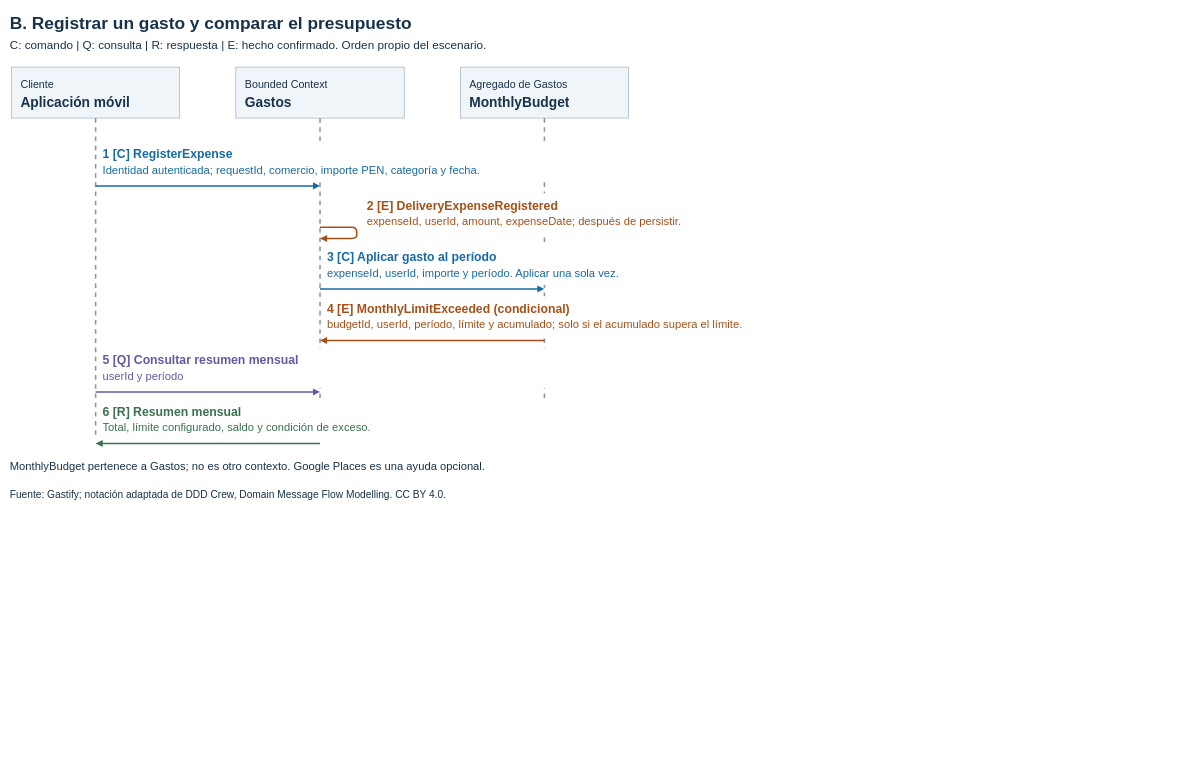
1ACC0238-2620-4950-Gastify-CraveWallet/CraveWallet-Report keeps this draw.io diagram as page "message-flow-delivery" (2 of 10) of docs/diagrams/chapter_2/strategic-design.drawio. Above is the earlier version. Source tidied: cells renumbered, new cells numbered last; positions are measured from the earlier drawing's top-left corner, leaving out a move shared by most shapes. Both pictures are drawn from the tidied source at 51%, with x=0, y=0 at pixel (9, 9).
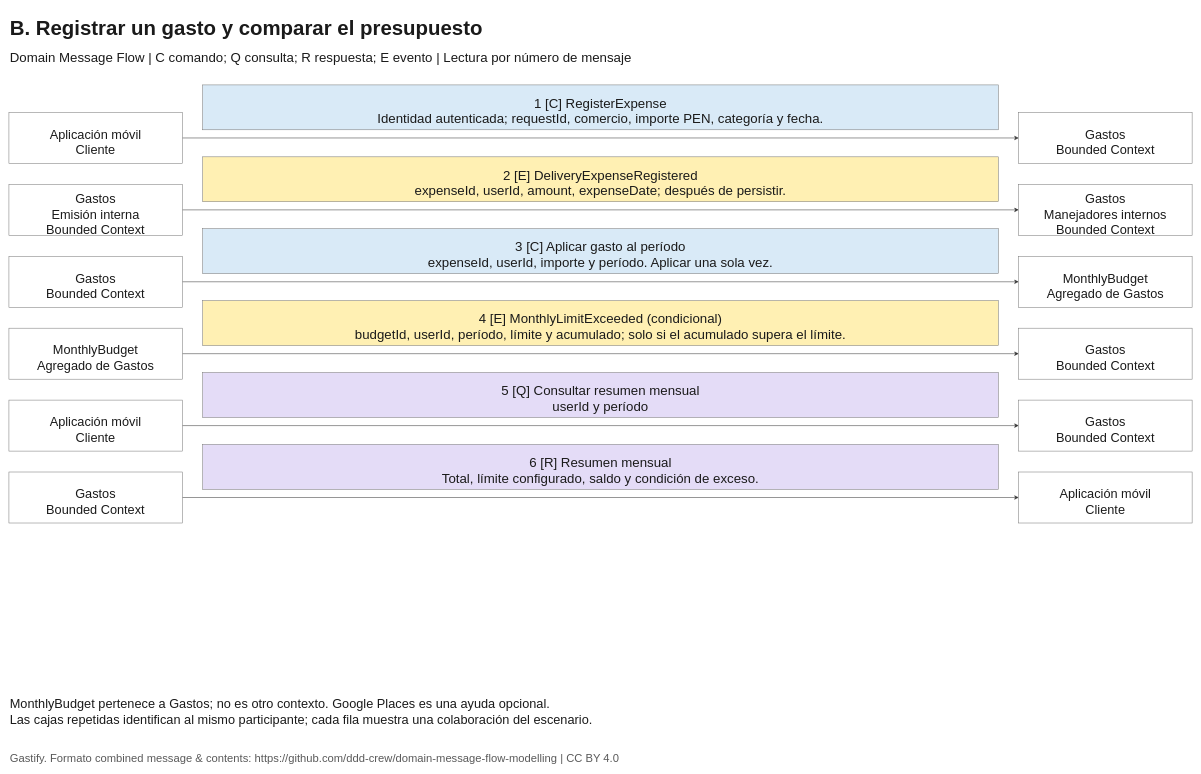
After the change.

The edit, as a diff of the source:
```diff
@@
-    <mxCell id="2" value="B. Registrar un gasto y comparar el presupuesto" style="text;html=0;align=left;verticalAlign=top;whiteSpace=wrap;overflow=hidden;fontFamily=Arial;fontSize=34;fontStyle=1;fontColor=#18324a;" parent="1" vertex="1">
-      <mxGeometry width="1720" height="49" as="geometry" />
+    <mxCell id="2" style="edgeStyle=orthogonalEdgeStyle;endArrow=classic;html=0;strokeColor=#313131;fontSize=22;" parent="1" edge="1">
+      <mxGeometry relative="1" as="geometry">
+        <mxPoint x="340" y="253" as="sourcePoint" />
+        <mxPoint x="1980" y="253" as="targetPoint" />
+      </mxGeometry>
     </mxCell>
-    <mxCell id="3" value="C: comando | Q: consulta | R: respuesta | E: hecho confirmado. Orden propio del escenario." style="text;html=0;align=left;verticalAlign=top;whiteSpace=wrap;overflow=hidden;fontFamily=Arial;fontSize=23;fontStyle=0;fontColor=#18324a;" parent="1" vertex="1">
-      <mxGeometry y="52" width="1720" height="38" as="geometry" />
+    <mxCell id="3" style="edgeStyle=orthogonalEdgeStyle;endArrow=classic;html=0;strokeColor=#313131;fontSize=22;" parent="1" edge="1">
+      <mxGeometry relative="1" as="geometry">
+        <mxPoint x="340" y="394" as="sourcePoint" />
+        <mxPoint x="1980" y="394" as="targetPoint" />
+      </mxGeometry>
     </mxCell>
-    <mxCell id="4" style="rounded=0;fillColor=#f0f5fa;strokeColor=#8196a8;dashed=0;" parent="1" vertex="1">
-      <mxGeometry x="5" y="114" width="330" height="100" as="geometry" />
+    <mxCell id="4" style="edgeStyle=orthogonalEdgeStyle;endArrow=classic;html=0;strokeColor=#313131;fontSize=22;" parent="1" edge="1">
+      <mxGeometry relative="1" as="geometry">
+        <mxPoint x="340" y="535" as="sourcePoint" />
+        <mxPoint x="1980" y="535" as="targetPoint" />
+      </mxGeometry>
     </mxCell>
-    <mxCell id="5" value="Cliente" style="text;html=0;align=left;verticalAlign=top;whiteSpace=wrap;overflow=hidden;fontFamily=Arial;fontSize=21;fontStyle=0;fontColor=#18324a;" parent="1" vertex="1">
-      <mxGeometry x="21" y="129" width="298" height="36" as="geometry" />
+    <mxCell id="5" style="edgeStyle=orthogonalEdgeStyle;endArrow=classic;html=0;strokeColor=#313131;fontSize=22;" parent="1" edge="1">
+      <mxGeometry relative="1" as="geometry">
+        <mxPoint x="340" y="676" as="sourcePoint" />
+        <mxPoint x="1980" y="676" as="targetPoint" />
+      </mxGeometry>
     </mxCell>
-    <mxCell id="6" value="Aplicación móvil" style="text;html=0;align=left;verticalAlign=top;whiteSpace=wrap;overflow=hidden;fontFamily=Arial;fontSize=27;fontStyle=1;fontColor=#18324a;" parent="1" vertex="1">
-      <mxGeometry x="21" y="161" width="298" height="42" as="geometry" />
+    <mxCell id="6" style="edgeStyle=orthogonalEdgeStyle;endArrow=classic;html=0;strokeColor=#313131;fontSize=22;" parent="1" edge="1">
+      <mxGeometry relative="1" as="geometry">
+        <mxPoint x="340" y="817" as="sourcePoint" />
+        <mxPoint x="1980" y="817" as="targetPoint" />
+      </mxGeometry>
     </mxCell>
-    <mxCell id="7" style="endArrow=none;strokeColor=#8196a8;strokeWidth=3;dashed=1;" parent="1" edge="1">
+    <mxCell id="7" style="edgeStyle=orthogonalEdgeStyle;endArrow=classic;html=0;strokeColor=#313131;fontSize=22;" parent="1" edge="1">
       <mxGeometry relative="1" as="geometry">
-        <mxPoint x="170" y="214" as="sourcePoint" />
-        <mxPoint x="170" y="835" as="targetPoint" />
+        <mxPoint x="340" y="958" as="sourcePoint" />
+        <mxPoint x="1980" y="958" as="targetPoint" />
       </mxGeometry>
     </mxCell>
-    <mxCell id="8" style="rounded=0;fillColor=#f0f5fa;strokeColor=#8196a8;dashed=0;" parent="1" vertex="1">
-      <mxGeometry x="445" y="114" width="330" height="100" as="geometry" />
+    <mxCell id="8" value="B. Registrar un gasto y comparar el presupuesto" style="text;html=0;align=left;verticalAlign=top;whiteSpace=wrap;fontFamily=Arial;fontSize=40.0;fontStyle=1;fontColor=#1a1a1a;" parent="1" vertex="1">
+      <mxGeometry y="5.5" width="2320" height="46" as="geometry" />
     </mxCell>
-    <mxCell id="9" value="Bounded Context" style="text;html=0;align=left;verticalAlign=top;whiteSpace=wrap;overflow=hidden;fontFamily=Arial;fontSize=21;fontStyle=0;fontColor=#18324a;" parent="1" vertex="1">
-      <mxGeometry x="461" y="129" width="298" height="36" as="geometry" />
+    <mxCell id="9" value="Domain Message Flow | C comando; Q consulta; R respuesta; E evento | Lectura por número de mensaje" style="text;html=0;align=left;verticalAlign=top;whiteSpace=wrap;fontFamily=Arial;fontSize=26.0;fontStyle=0;fontColor=#1a1a1a;" parent="1" vertex="1">
+      <mxGeometry y="73.5" width="2320" height="30" as="geometry" />
     </mxCell>
-    <mxCell id="10" value="Gastos" style="text;html=0;align=left;verticalAlign=top;whiteSpace=wrap;overflow=hidden;fontFamily=Arial;fontSize=27;fontStyle=1;fontColor=#18324a;" parent="1" vertex="1">
-      <mxGeometry x="461" y="161" width="298" height="42" as="geometry" />
+    <mxCell id="10" value="Gastify. Formato combined message &amp; contents: https://github.com/ddd-crew/domain-message-flow-modelling | CC BY 4.0" style="text;html=0;align=left;verticalAlign=top;whiteSpace=wrap;fontFamily=Arial;fontSize=22.0;fontStyle=0;fontColor=#595959;" parent="1" vertex="1">
+      <mxGeometry y="1449.5" width="2320" height="25.3" as="geometry" />
     </mxCell>
-    <mxCell id="11" style="endArrow=none;strokeColor=#8196a8;strokeWidth=3;dashed=1;" parent="1" edge="1">
-      <mxGeometry relative="1" as="geometry">
-        <mxPoint x="610" y="214" as="sourcePoint" />
-        <mxPoint x="610" y="835" as="targetPoint" />
-      </mxGeometry>
+    <mxCell id="11" style="rounded=0;fillColor=#ffffff;strokeColor=#757575;dashed=0;" parent="1" vertex="1">
+      <mxGeometry y="203" width="340" height="100" as="geometry" />
     </mxCell>
-    <mxCell id="12" style="rounded=0;fillColor=#f0f5fa;strokeColor=#8196a8;dashed=0;" parent="1" vertex="1">
-      <mxGeometry x="885" y="114" width="330" height="100" as="geometry" />
+    <mxCell id="12" value="Aplicación móvil&#10;Cliente" style="text;html=0;align=center;verticalAlign=top;whiteSpace=wrap;fontFamily=Arial;fontSize=25.0;fontStyle=0;fontColor=#1a1a1a;" parent="1" vertex="1">
+      <mxGeometry x="16" y="224.2" width="308" height="76" as="geometry" />
     </mxCell>
-    <mxCell id="13" value="Agregado de Gastos" style="text;html=0;align=left;verticalAlign=top;whiteSpace=wrap;overflow=hidden;fontFamily=Arial;fontSize=21;fontStyle=0;fontColor=#18324a;" parent="1" vertex="1">
-      <mxGeometry x="901" y="129" width="298" height="36" as="geometry" />
+    <mxCell id="13" style="rounded=0;fillColor=#ffffff;strokeColor=#757575;dashed=0;" parent="1" vertex="1">
+      <mxGeometry x="1980" y="203" width="340" height="100" as="geometry" />
     </mxCell>
-    <mxCell id="14" value="MonthlyBudget" style="text;html=0;align=left;verticalAlign=top;whiteSpace=wrap;overflow=hidden;fontFamily=Arial;fontSize=27;fontStyle=1;fontColor=#18324a;" parent="1" vertex="1">
-      <mxGeometry x="901" y="161" width="298" height="42" as="geometry" />
+    <mxCell id="14" value="Gastos&#10;Bounded Context" style="text;html=0;align=center;verticalAlign=top;whiteSpace=wrap;fontFamily=Arial;fontSize=25.0;fontStyle=0;fontColor=#1a1a1a;" parent="1" vertex="1">
+      <mxGeometry x="1996" y="224.2" width="308" height="76" as="geometry" />
     </mxCell>
-    <mxCell id="15" style="endArrow=none;strokeColor=#8196a8;strokeWidth=3;dashed=1;" parent="1" edge="1">
-      <mxGeometry relative="1" as="geometry">
-        <mxPoint x="1050" y="214" as="sourcePoint" />
-        <mxPoint x="1050" y="835" as="targetPoint" />
-      </mxGeometry>
+    <mxCell id="15" style="rounded=0;fillColor=#d9eaf7;strokeColor=#757575;dashed=0;" parent="1" vertex="1">
+      <mxGeometry x="380" y="149" width="1560" height="88" as="geometry" />
     </mxCell>
-    <mxCell id="16" style="endArrow=block;strokeColor=#176aa5;strokeWidth=3;dashed=0;" parent="1" edge="1">
-      <mxGeometry relative="1" as="geometry">
-        <mxPoint x="170" y="347" as="sourcePoint" />
-        <mxPoint x="610" y="347" as="targetPoint" />
-      </mxGeometry>
+    <mxCell id="16" value="1 [C] RegisterExpense&#10;Identidad autenticada; requestId, comercio, importe PEN, categoría y fecha." style="text;html=0;align=center;verticalAlign=top;whiteSpace=wrap;fontFamily=Arial;fontSize=26.0;fontStyle=0;fontColor=#1a1a1a;" parent="1" vertex="1">
+      <mxGeometry x="396" y="163.1" width="1528" height="64" as="geometry" />
     </mxCell>
-    <mxCell id="17" style="rounded=0;fillColor=white;strokeColor=white;dashed=0;" parent="1" vertex="1">
-      <mxGeometry x="178" y="261" width="1551" height="78" as="geometry" />
+    <mxCell id="17" style="rounded=0;fillColor=#ffffff;strokeColor=#757575;dashed=0;" parent="1" vertex="1">
+      <mxGeometry y="344" width="340" height="100" as="geometry" />
     </mxCell>
-    <mxCell id="18" value="1 [C] RegisterExpense" style="text;html=0;align=left;verticalAlign=top;whiteSpace=wrap;overflow=hidden;fontFamily=Arial;fontSize=24;fontStyle=1;fontColor=#176aa5;" parent="1" vertex="1">
-      <mxGeometry x="182" y="264" width="1543" height="39" as="geometry" />
+    <mxCell id="18" value="Gastos&#10;Emisión interna&#10;Bounded Context" style="text;html=0;align=center;verticalAlign=top;whiteSpace=wrap;fontFamily=Arial;fontSize=25.0;fontStyle=0;fontColor=#1a1a1a;" parent="1" vertex="1">
+      <mxGeometry x="16" y="350.9" width="308" height="86.2" as="geometry" />
     </mxCell>
-    <mxCell id="19" value="Identidad autenticada; requestId, comercio, importe PEN, categoría y fecha." style="text;html=0;align=left;verticalAlign=top;whiteSpace=wrap;overflow=hidden;fontFamily=Arial;fontSize=22;fontStyle=0;fontColor=#176aa5;" parent="1" vertex="1">
-      <mxGeometry x="182" y="297" width="1543" height="37" as="geometry" />
+    <mxCell id="19" style="rounded=0;fillColor=#ffffff;strokeColor=#757575;dashed=0;" parent="1" vertex="1">
+      <mxGeometry x="1980" y="344" width="340" height="100" as="geometry" />
     </mxCell>
-    <mxCell id="20" style="endArrow=block;strokeColor=#a65018;strokeWidth=3;dashed=0;" parent="1" edge="1">
-      <mxGeometry relative="1" as="geometry">
-        <mxPoint x="610" y="428" as="sourcePoint" />
-        <mxPoint x="610" y="450" as="targetPoint" />
-        <Array as="points">
-          <mxPoint x="682" y="428" />
-          <mxPoint x="682" y="450" />
-        </Array>
-      </mxGeometry>
+    <mxCell id="20" value="Gastos&#10;Manejadores internos&#10;Bounded Context" style="text;html=0;align=center;verticalAlign=top;whiteSpace=wrap;fontFamily=Arial;fontSize=25.0;fontStyle=0;fontColor=#1a1a1a;" parent="1" vertex="1">
+      <mxGeometry x="1996" y="350.9" width="308" height="86.2" as="geometry" />
     </mxCell>
-    <mxCell id="21" style="rounded=0;fillColor=white;strokeColor=white;dashed=0;" parent="1" vertex="1">
-      <mxGeometry x="696" y="362" width="1033" height="78" as="geometry" />
+    <mxCell id="21" style="rounded=0;fillColor=#fff0b3;strokeColor=#757575;dashed=0;" parent="1" vertex="1">
+      <mxGeometry x="380" y="290" width="1560" height="88" as="geometry" />
     </mxCell>
-    <mxCell id="22" value="2 [E] DeliveryExpenseRegistered" style="text;html=0;align=left;verticalAlign=top;whiteSpace=wrap;overflow=hidden;fontFamily=Arial;fontSize=24;fontStyle=1;fontColor=#a65018;" parent="1" vertex="1">
-      <mxGeometry x="700" y="365" width="1025" height="39" as="geometry" />
+    <mxCell id="22" value="2 [E] DeliveryExpenseRegistered&#10;expenseId, userId, amount, expenseDate; después de persistir." style="text;html=0;align=center;verticalAlign=top;whiteSpace=wrap;fontFamily=Arial;fontSize=26.0;fontStyle=0;fontColor=#1a1a1a;" parent="1" vertex="1">
+      <mxGeometry x="396" y="304.1" width="1528" height="64" as="geometry" />
     </mxCell>
-    <mxCell id="23" value="expenseId, userId, amount, expenseDate; después de persistir." style="text;html=0;align=left;verticalAlign=top;whiteSpace=wrap;overflow=hidden;fontFamily=Arial;fontSize=22;fontStyle=0;fontColor=#a65018;" parent="1" vertex="1">
-      <mxGeometry x="700" y="398" width="1025" height="37" as="geometry" />
+    <mxCell id="23" style="rounded=0;fillColor=#ffffff;strokeColor=#757575;dashed=0;" parent="1" vertex="1">
+      <mxGeometry y="485" width="340" height="100" as="geometry" />
     </mxCell>
-    <mxCell id="24" style="endArrow=block;strokeColor=#176aa5;strokeWidth=3;dashed=0;" parent="1" edge="1">
-      <mxGeometry relative="1" as="geometry">
-        <mxPoint x="610" y="549" as="sourcePoint" />
-        <mxPoint x="1050" y="549" as="targetPoint" />
-      </mxGeometry>
+    <mxCell id="24" value="Gastos&#10;Bounded Context" style="text;html=0;align=center;verticalAlign=top;whiteSpace=wrap;fontFamily=Arial;fontSize=25.0;fontStyle=0;fontColor=#1a1a1a;" parent="1" vertex="1">
+      <mxGeometry x="16" y="506.2" width="308" height="76" as="geometry" />
     </mxCell>
-    <mxCell id="25" style="rounded=0;fillColor=white;strokeColor=white;dashed=0;" parent="1" vertex="1">
-      <mxGeometry x="618" y="463" width="1111" height="78" as="geometry" />
+    <mxCell id="25" style="rounded=0;fillColor=#ffffff;strokeColor=#757575;dashed=0;" parent="1" vertex="1">
+      <mxGeometry x="1980" y="485" width="340" height="100" as="geometry" />
     </mxCell>
-    <mxCell id="26" value="3 [C] Aplicar gasto al período" style="text;html=0;align=left;verticalAlign=top;whiteSpace=wrap;overflow=hidden;fontFamily=Arial;fontSize=24;fontStyle=1;fontColor=#176aa5;" parent="1" vertex="1">
-      <mxGeometry x="622" y="466" width="1103" height="39" as="geometry" />
+    <mxCell id="26" value="MonthlyBudget&#10;Agregado de Gastos" style="text;html=0;align=center;verticalAlign=top;whiteSpace=wrap;fontFamily=Arial;fontSize=25.0;fontStyle=0;fontColor=#1a1a1a;" parent="1" vertex="1">
+      <mxGeometry x="1996" y="506.2" width="308" height="76" as="geometry" />
     </mxCell>
-    <mxCell id="27" value="expenseId, userId, importe y período. Aplicar una sola vez." style="text;html=0;align=left;verticalAlign=top;whiteSpace=wrap;overflow=hidden;fontFamily=Arial;fontSize=22;fontStyle=0;fontColor=#176aa5;" parent="1" vertex="1">
-      <mxGeometry x="622" y="499" width="1103" height="37" as="geometry" />
+    <mxCell id="27" style="rounded=0;fillColor=#d9eaf7;strokeColor=#757575;dashed=0;" parent="1" vertex="1">
+      <mxGeometry x="380" y="431" width="1560" height="88" as="geometry" />
     </mxCell>
-    <mxCell id="28" style="endArrow=block;strokeColor=#a65018;strokeWidth=3;dashed=0;" parent="1" edge="1">
-      <mxGeometry relative="1" as="geometry">
-        <mxPoint x="1050" y="650" as="sourcePoint" />
-        <mxPoint x="610" y="650" as="targetPoint" />
-      </mxGeometry>
+    <mxCell id="28" value="3 [C] Aplicar gasto al período&#10;expenseId, userId, importe y período. Aplicar una sola vez." style="text;html=0;align=center;verticalAlign=top;whiteSpace=wrap;fontFamily=Arial;fontSize=26.0;fontStyle=0;fontColor=#1a1a1a;" parent="1" vertex="1">
+      <mxGeometry x="396" y="445.1" width="1528" height="64" as="geometry" />
     </mxCell>
-    <mxCell id="29" style="rounded=0;fillColor=white;strokeColor=white;dashed=0;" parent="1" vertex="1">
-      <mxGeometry x="618" y="564" width="1111" height="78" as="geometry" />
+    <mxCell id="29" style="rounded=0;fillColor=#ffffff;strokeColor=#757575;dashed=0;" parent="1" vertex="1">
+      <mxGeometry y="626" width="340" height="100" as="geometry" />
     </mxCell>
-    <mxCell id="30" value="4 [E] MonthlyLimitExceeded (condicional)" style="text;html=0;align=left;verticalAlign=top;whiteSpace=wrap;overflow=hidden;fontFamily=Arial;fontSize=24;fontStyle=1;fontColor=#a65018;" parent="1" vertex="1">
-      <mxGeometry x="622" y="567" width="1103" height="39" as="geometry" />
+    <mxCell id="30" value="MonthlyBudget&#10;Agregado de Gastos" style="text;html=0;align=center;verticalAlign=top;whiteSpace=wrap;fontFamily=Arial;fontSize=25.0;fontStyle=0;fontColor=#1a1a1a;" parent="1" vertex="1">
+      <mxGeometry x="16" y="647.2" width="308" height="76" as="geometry" />
     </mxCell>
-    <mxCell id="31" value="budgetId, userId, período, límite y acumulado; solo si el acumulado supera el límite." style="text;html=0;align=left;verticalAlign=top;whiteSpace=wrap;overflow=hidden;fontFamily=Arial;fontSize=22;fontStyle=0;fontColor=#a65018;" parent="1" vertex="1">
-      <mxGeometry x="622" y="600" width="1103" height="37" as="geometry" />
+    <mxCell id="31" style="rounded=0;fillColor=#ffffff;strokeColor=#757575;dashed=0;" parent="1" vertex="1">
+      <mxGeometry x="1980" y="626" width="340" height="100" as="geometry" />
     </mxCell>
-    <mxCell id="32" style="endArrow=block;strokeColor=#6557a5;strokeWidth=3;dashed=0;" parent="1" edge="1">
-      <mxGeometry relative="1" as="geometry">
-        <mxPoint x="170" y="751" as="sourcePoint" />
-        <mxPoint x="610" y="751" as="targetPoint" />
-      </mxGeometry>
+    <mxCell id="32" value="Gastos&#10;Bounded Context" style="text;html=0;align=center;verticalAlign=top;whiteSpace=wrap;fontFamily=Arial;fontSize=25.0;fontStyle=0;fontColor=#1a1a1a;" parent="1" vertex="1">
+      <mxGeometry x="1996" y="647.2" width="308" height="76" as="geometry" />
     </mxCell>
-    <mxCell id="33" style="rounded=0;fillColor=white;strokeColor=white;dashed=0;" parent="1" vertex="1">
-      <mxGeometry x="178" y="665" width="1551" height="78" as="geometry" />
+    <mxCell id="33" style="rounded=0;fillColor=#fff0b3;strokeColor=#757575;dashed=0;" parent="1" vertex="1">
+      <mxGeometry x="380" y="572" width="1560" height="88" as="geometry" />
     </mxCell>
-    <mxCell id="34" value="5 [Q] Consultar resumen mensual" style="text;html=0;align=left;verticalAlign=top;whiteSpace=wrap;overflow=hidden;fontFamily=Arial;fontSize=24;fontStyle=1;fontColor=#6557a5;" parent="1" vertex="1">
-      <mxGeometry x="182" y="668" width="1543" height="39" as="geometry" />
+    <mxCell id="34" value="4 [E] MonthlyLimitExceeded (condicional)&#10;budgetId, userId, período, límite y acumulado; solo si el acumulado supera el límite." style="text;html=0;align=center;verticalAlign=top;whiteSpace=wrap;fontFamily=Arial;fontSize=26.0;fontStyle=0;fontColor=#1a1a1a;" parent="1" vertex="1">
+      <mxGeometry x="396" y="586.1" width="1528" height="64" as="geometry" />
     </mxCell>
-    <mxCell id="35" value="userId y período" style="text;html=0;align=left;verticalAlign=top;whiteSpace=wrap;overflow=hidden;fontFamily=Arial;fontSize=22;fontStyle=0;fontColor=#6557a5;" parent="1" vertex="1">
-      <mxGeometry x="182" y="701" width="1543" height="37" as="geometry" />
+    <mxCell id="35" style="rounded=0;fillColor=#ffffff;strokeColor=#757575;dashed=0;" parent="1" vertex="1">
+      <mxGeometry y="767" width="340" height="100" as="geometry" />
     </mxCell>
-    <mxCell id="36" style="endArrow=block;strokeColor=#39714e;strokeWidth=3;dashed=0;" parent="1" edge="1">
-      <mxGeometry relative="1" as="geometry">
-        <mxPoint x="610" y="852" as="sourcePoint" />
-        <mxPoint x="170" y="852" as="targetPoint" />
-      </mxGeometry>
+    <mxCell id="36" value="Aplicación móvil&#10;Cliente" style="text;html=0;align=center;verticalAlign=top;whiteSpace=wrap;fontFamily=Arial;fontSize=25.0;fontStyle=0;fontColor=#1a1a1a;" parent="1" vertex="1">
+      <mxGeometry x="16" y="788.2" width="308" height="76" as="geometry" />
     </mxCell>
-    <mxCell id="37" style="rounded=0;fillColor=white;strokeColor=white;dashed=0;" parent="1" vertex="1">
-      <mxGeometry x="178" y="766" width="1551" height="78" as="geometry" />
+    <mxCell id="37" style="rounded=0;fillColor=#ffffff;strokeColor=#757575;dashed=0;" parent="1" vertex="1">
+      <mxGeometry x="1980" y="767" width="340" height="100" as="geometry" />
     </mxCell>
-    <mxCell id="38" value="6 [R] Resumen mensual" style="text;html=0;align=left;verticalAlign=top;whiteSpace=wrap;overflow=hidden;fontFamily=Arial;fontSize=24;fontStyle=1;fontColor=#39714e;" parent="1" vertex="1">
-      <mxGeometry x="182" y="769" width="1543" height="39" as="geometry" />
+    <mxCell id="38" value="Gastos&#10;Bounded Context" style="text;html=0;align=center;verticalAlign=top;whiteSpace=wrap;fontFamily=Arial;fontSize=25.0;fontStyle=0;fontColor=#1a1a1a;" parent="1" vertex="1">
+      <mxGeometry x="1996" y="788.2" width="308" height="76" as="geometry" />
     </mxCell>
-    <mxCell id="39" value="Total, límite configurado, saldo y condición de exceso." style="text;html=0;align=left;verticalAlign=top;whiteSpace=wrap;overflow=hidden;fontFamily=Arial;fontSize=22;fontStyle=0;fontColor=#39714e;" parent="1" vertex="1">
-      <mxGeometry x="182" y="802" width="1543" height="37" as="geometry" />
+    <mxCell id="39" style="rounded=0;fillColor=#e4dcf7;strokeColor=#757575;dashed=0;" parent="1" vertex="1">
+      <mxGeometry x="380" y="713" width="1560" height="88" as="geometry" />
     </mxCell>
-    <mxCell id="40" value="MonthlyBudget pertenece a Gastos; no es otro contexto. Google Places es una ayuda opcional." style="text;html=0;align=left;verticalAlign=top;whiteSpace=wrap;overflow=hidden;fontFamily=Arial;fontSize=22;fontStyle=0;fontColor=#18324a;" parent="1" vertex="1">
-      <mxGeometry y="878" width="1720" height="37" as="geometry" />
+    <mxCell id="40" value="5 [Q] Consultar resumen mensual&#10;userId y período" style="text;html=0;align=center;verticalAlign=top;whiteSpace=wrap;fontFamily=Arial;fontSize=26.0;fontStyle=0;fontColor=#1a1a1a;" parent="1" vertex="1">
+      <mxGeometry x="396" y="727.1" width="1528" height="64" as="geometry" />
     </mxCell>
-    <mxCell id="41" value="Fuente: Gastify; notación adaptada de DDD Crew, Domain Message Flow Modelling. CC BY 4.0." style="text;html=0;align=left;verticalAlign=top;whiteSpace=wrap;overflow=hidden;fontFamily=Arial;fontSize=20;fontStyle=0;fontColor=#18324a;" parent="1" vertex="1">
-      <mxGeometry y="934" width="1720" height="35" as="geometry" />
+    <mxCell id="41" style="rounded=0;fillColor=#ffffff;strokeColor=#757575;dashed=0;" parent="1" vertex="1">
+      <mxGeometry y="908" width="340" height="100" as="geometry" />
     </mxCell>
+    <mxCell id="42" value="Gastos&#10;Bounded Context" style="text;html=0;align=center;verticalAlign=top;whiteSpace=wrap;fontFamily=Arial;fontSize=25.0;fontStyle=0;fontColor=#1a1a1a;" parent="1" vertex="1">
+      <mxGeometry x="16" y="929.2" width="308" height="76" as="geometry" />
+    </mxCell>
+    <mxCell id="43" style="rounded=0;fillColor=#ffffff;strokeColor=#757575;dashed=0;" parent="1" vertex="1">
+      <mxGeometry x="1980" y="908" width="340" height="100" as="geometry" />
+    </mxCell>
+    <mxCell id="44" value="Aplicación móvil&#10;Cliente" style="text;html=0;align=center;verticalAlign=top;whiteSpace=wrap;fontFamily=Arial;fontSize=25.0;fontStyle=0;fontColor=#1a1a1a;" parent="1" vertex="1">
+      <mxGeometry x="1996" y="929.2" width="308" height="76" as="geometry" />
+    </mxCell>
+    <mxCell id="45" style="rounded=0;fillColor=#e4dcf7;strokeColor=#757575;dashed=0;" parent="1" vertex="1">
+      <mxGeometry x="380" y="854" width="1560" height="88" as="geometry" />
+    </mxCell>
+    <mxCell id="46" value="6 [R] Resumen mensual&#10;Total, límite configurado, saldo y condición de exceso." style="text;html=0;align=center;verticalAlign=top;whiteSpace=wrap;fontFamily=Arial;fontSize=26.0;fontStyle=0;fontColor=#1a1a1a;" parent="1" vertex="1">
+      <mxGeometry x="396" y="868.1" width="1528" height="64" as="geometry" />
+    </mxCell>
+    <mxCell id="47" value="MonthlyBudget pertenece a Gastos; no es otro contexto. Google Places es una ayuda opcional.&#10;Las cajas repetidas identifican al mismo participante; cada fila muestra una colaboración del escenario." style="text;html=0;align=left;verticalAlign=top;whiteSpace=wrap;fontFamily=Arial;fontSize=25.0;fontStyle=0;fontColor=#1a1a1a;" parent="1" vertex="1">
+      <mxGeometry y="1341" width="2320" height="57.5" as="geometry" />
+    </mxCell>
```
